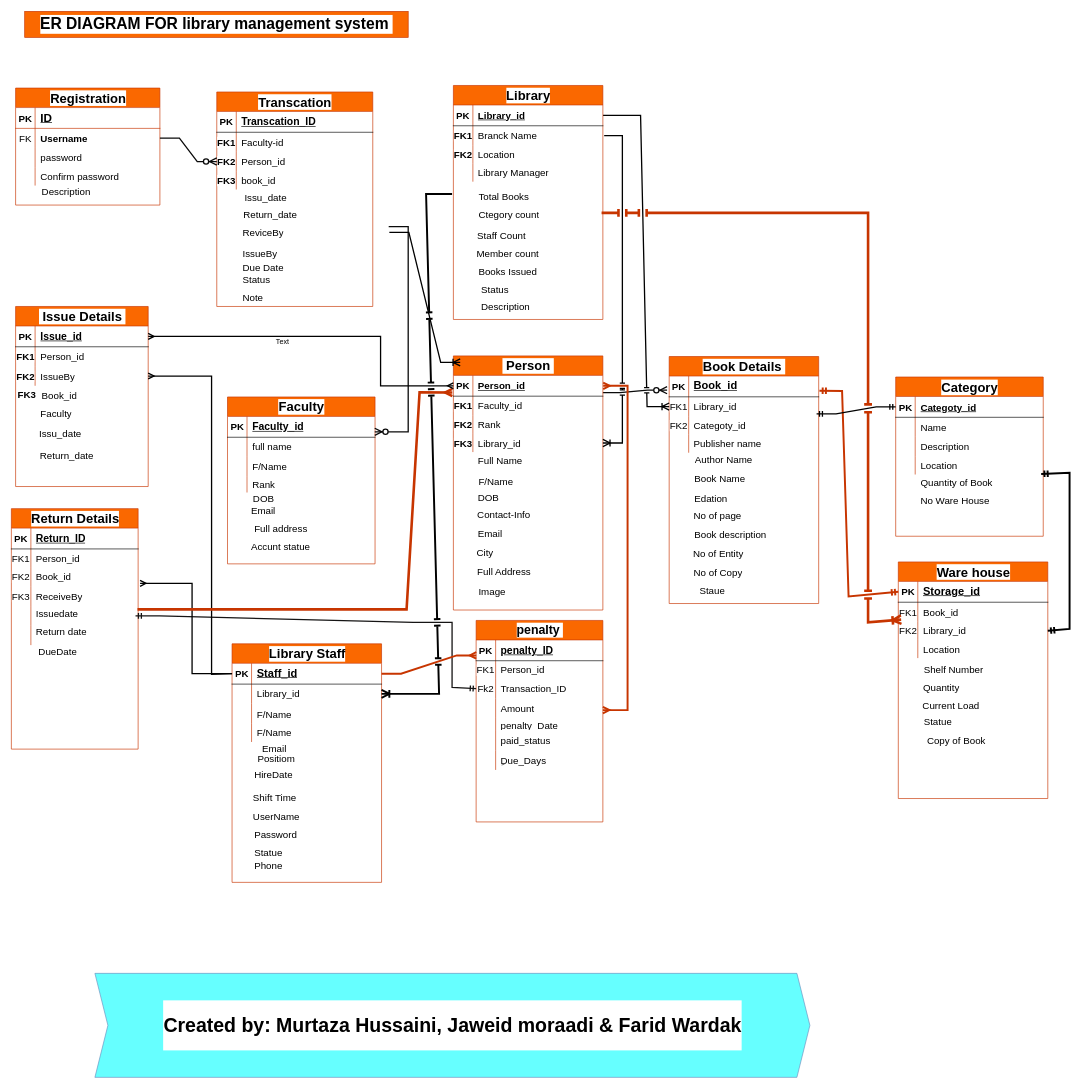
This is ER-Diagram-Library-management-System.drawio from hussaini021/Library_management, a draw.io file, before an edit. Source tidied: cells renumbered, new cells numbered last; positions are measured from the earlier drawing's top-left corner, leaving out a move shared by most shapes. Both pictures are drawn from the tidied source at 65%, with x=0, y=0 at pixel (11, 11).
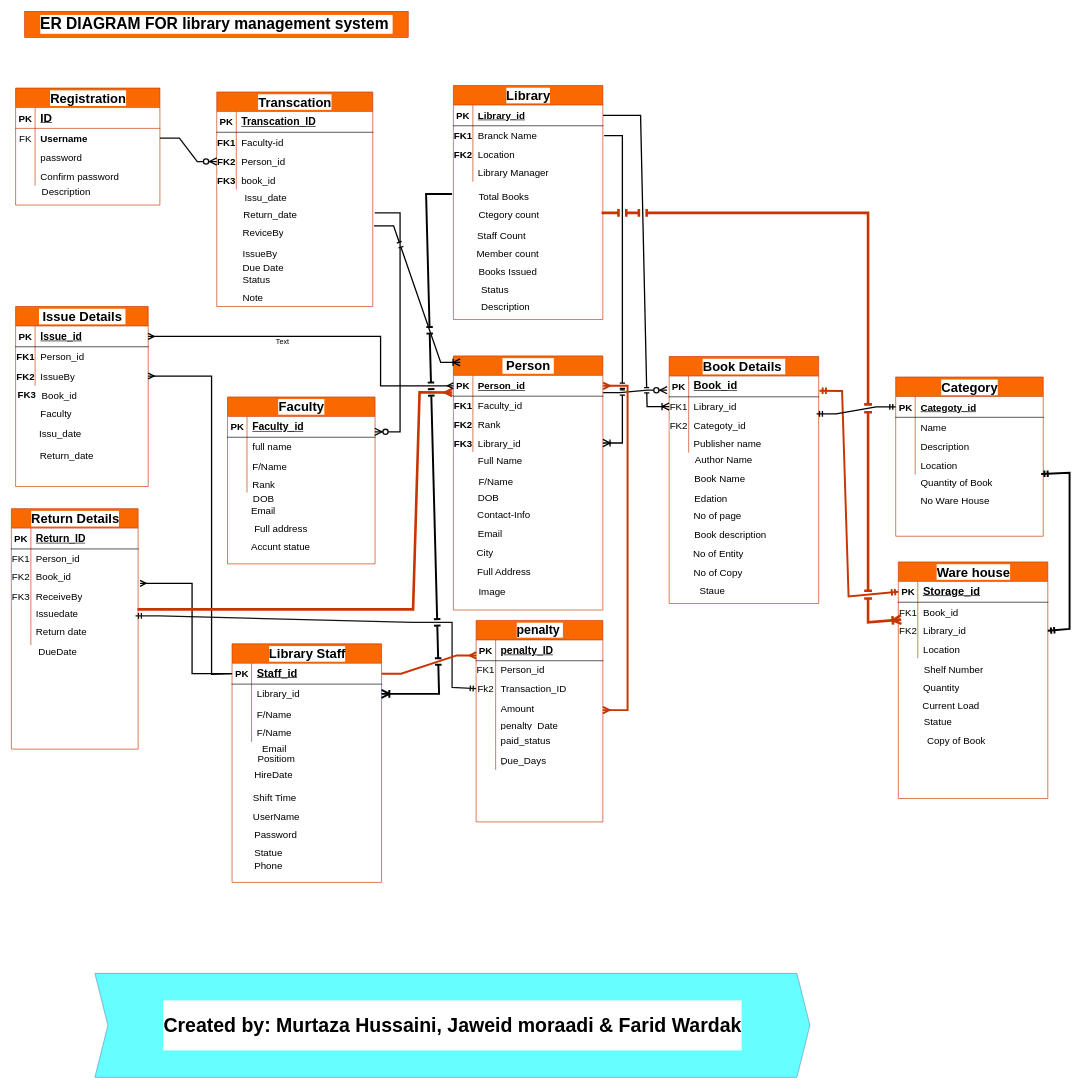
After the change.

The change refers to these unchanged cells:
```xml
<mxCell id="37" style="shape=tableRow;horizontal=0;startSize=0;swimlaneHead=0;swimlaneBody=0;fillColor=none;points=[[0,0.5],[1,0.5]];portConstraint=eastwest;top=0;left=0;right=0;bottom=1;labelBackgroundColor=#FFFFFF;swimlaneFillColor=default;strokeColor=default;fontSize=15;" parent="36" vertex="1">
  <mxGeometry y="30" width="227" height="32" as="geometry" />
</mxCell>
<mxCell id="87" style="shape=tableRow;horizontal=0;startSize=0;swimlaneHead=0;swimlaneBody=0;fillColor=none;points=[[0,0.5],[1,0.5]];portConstraint=eastwest;top=0;left=0;right=0;bottom=1;labelBackgroundColor=#FFFFFF;fontSize=15;" parent="86" vertex="1">
  <mxGeometry y="30" width="230" height="32" as="geometry" />
</mxCell>
```

What changed in the source:
```diff
@@
-    <mxCell id="126" style="edgeStyle=entityRelationEdgeStyle;fontSize=20;html=1;endArrow=ERzeroToMany;startArrow=none;rounded=0;fontFamily=Verdana;fontColor=default;horizontal=0;labelBackgroundColor=light-dark(#171616, #121212);fontStyle=1;verticalAlign=middle;labelBorderColor=default;textShadow=0;startFill=0;endSize=8;startSize=8;targetPerimeterSpacing=2;sourcePerimeterSpacing=2;strokeColor=light-dark(#0a0a0a, #ff9164);jumpStyle=line;strokeWidth=2;entryX=0.998;entryY=0.738;entryDx=0;entryDy=0;entryPerimeter=0;" parent="1" edge="1" target="37">
+    <mxCell id="126" style="fontSize=20;html=1;endArrow=ERzeroToMany;startArrow=none;rounded=0;fontFamily=Verdana;fontColor=default;horizontal=0;labelBackgroundColor=light-dark(#171616, #121212);fontStyle=1;verticalAlign=middle;labelBorderColor=default;textShadow=0;startFill=0;endSize=8;startSize=8;targetPerimeterSpacing=2;sourcePerimeterSpacing=2;strokeColor=light-dark(#0a0a0a, #ff9164);jumpStyle=line;strokeWidth=2;entryX=0.998;entryY=0.738;entryDx=0;entryDy=0;entryPerimeter=0;" parent="1" edge="1" target="37">
       <mxGeometry relative="1" as="geometry">
-        <mxPoint x="580.5" y="331" as="sourcePoint" />
+        <mxPoint x="559" y="310" as="sourcePoint" />
         <Array as="points">
-          <mxPoint x="901.5" y="212" />
-          <mxPoint x="911.5" y="292" />
-          <mxPoint x="949.5" y="322" />
+          <mxPoint x="598" y="310" />
+          <mxPoint x="598" y="647" />
         </Array>
       </mxGeometry>
     </mxCell>
@@
     <mxCell id="224" style="fontSize=12;html=1;endArrow=ERmany;rounded=0;entryX=-0.007;entryY=0.822;entryDx=0;entryDy=0;strokeWidth=4;entryPerimeter=0;fillColor=#fa6800;strokeColor=#C73500;" parent="1" edge="1" target="87">
       <mxGeometry relative="1" as="geometry">
         <mxPoint x="194" y="920" as="sourcePoint" />
         <Array as="points">
           <mxPoint x="238" y="920" />
-          <mxPoint x="608" y="920" />
+          <mxPoint x="618" y="920" />
           <mxPoint x="628" y="586" />
         </Array>
       </mxGeometry>
     </mxCell>
@@
-    <mxCell id="251" style="edgeStyle=entityRelationEdgeStyle;fontSize=12;html=1;endArrow=ERoneToMany;startArrow=none;rounded=0;labelBackgroundColor=light-dark(#171616, #121212);verticalAlign=middle;fontFamily=Verdana;labelBorderColor=default;textShadow=0;startFill=0;endSize=8;startSize=8;targetPerimeterSpacing=2;sourcePerimeterSpacing=2;strokeColor=light-dark(#000000,#BABDC0);jumpStyle=line;strokeWidth=2;fillColor=#cdeb8b;exitX=1.003;exitY=0.76;exitDx=0;exitDy=0;exitPerimeter=0;entryX=0;entryY=0;entryDx=0;entryDy=0;" parent="1" edge="1">
+    <mxCell id="251" style="edgeStyle=entityRelationEdgeStyle;fontSize=12;html=1;endArrow=ERoneToMany;startArrow=none;rounded=0;labelBackgroundColor=light-dark(#171616, #121212);verticalAlign=middle;fontFamily=Verdana;labelBorderColor=default;textShadow=0;startFill=0;endSize=8;startSize=8;targetPerimeterSpacing=2;sourcePerimeterSpacing=2;strokeColor=light-dark(#000000,#BABDC0);jumpStyle=line;strokeWidth=2;fillColor=#cdeb8b;entryX=0;entryY=0;entryDx=0;entryDy=0;" parent="1" edge="1">
       <mxGeometry relative="1" as="geometry">
-        <mxPoint x="581.5" y="340" as="sourcePoint" />
+        <mxPoint x="558" y="330" as="sourcePoint" />
         <mxPoint x="690.5" y="540" as="targetPoint" />
         <Array as="points">
           <mxPoint x="663.5" y="632" />
           <mxPoint x="574" y="475" />
           <mxPoint x="634" y="495" />
         </Array>
       </mxGeometry>
     </mxCell>
```
